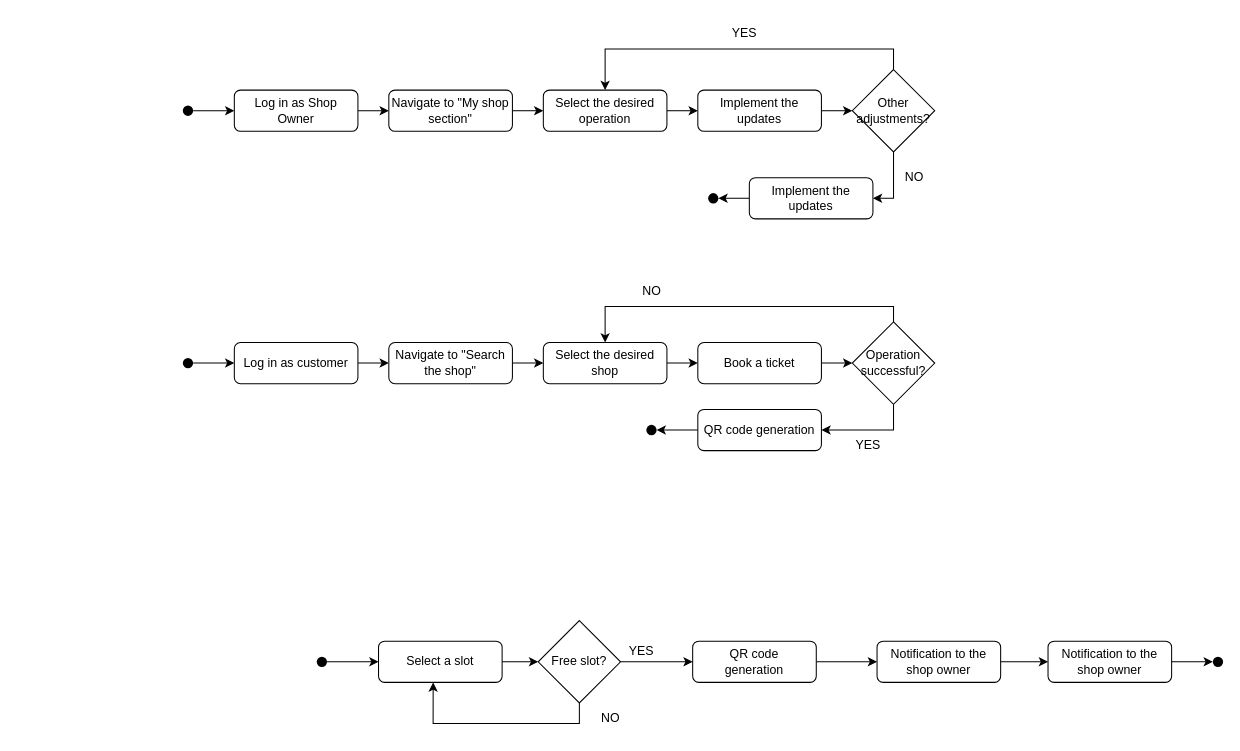
Earlier version of the draw.io diagram Documents/2. RASD/State Diagram.drawio (GiacomelliGianluca/Iqueue_app). Source tidied: cells renumbered, new cells numbered last; positions are measured from the earlier drawing's top-left corner, leaving out a move shared by most shapes. Both pictures are drawn from the tidied source at 103%, with x=0, y=0 at pixel (182, 18).
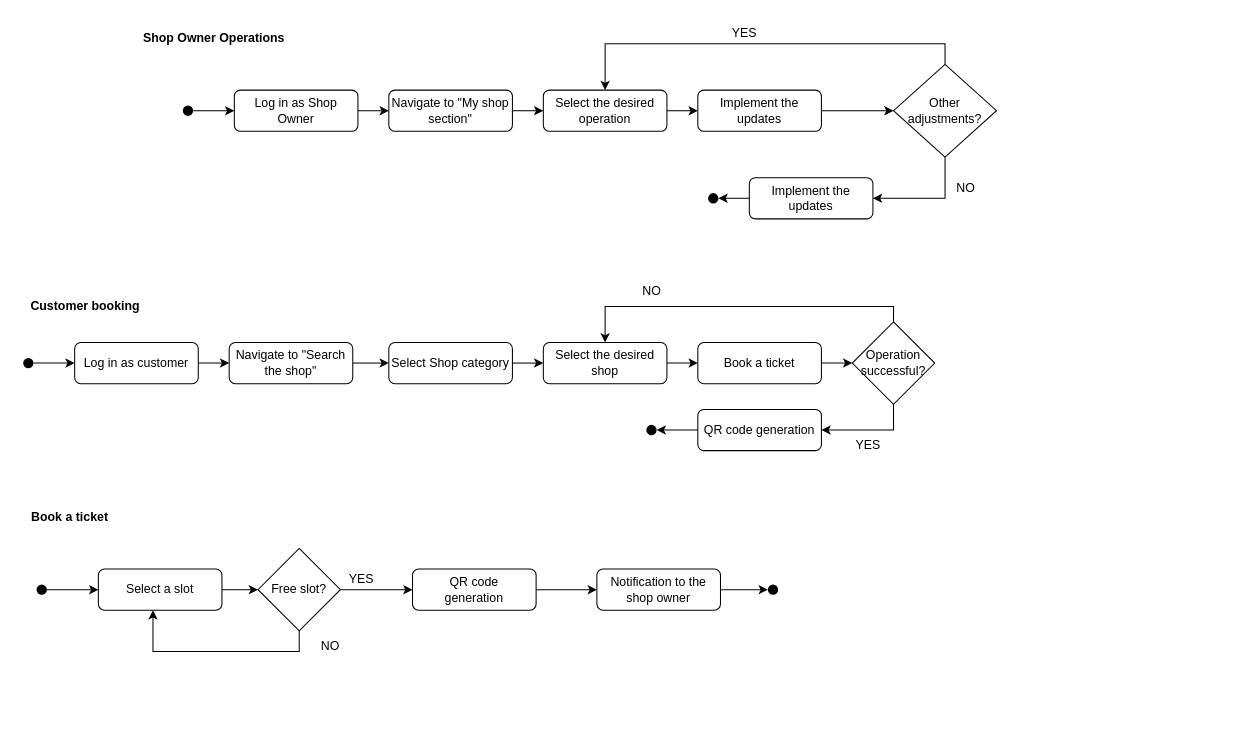
Above is the later version.

Unchanged cells that the change refers to:
```xml
<mxCell id="9" value="Select the desired operation" style="rounded=1;whiteSpace=wrap;html=1;fontSize=12;glass=0;strokeWidth=1;shadow=0;" parent="1" vertex="1">
  <mxGeometry x="350" y="70" width="120" height="40" as="geometry" />
</mxCell>
<mxCell id="11" value="Implement the updates" style="rounded=1;whiteSpace=wrap;html=1;fontSize=12;glass=0;strokeWidth=1;shadow=0;" parent="1" vertex="1">
  <mxGeometry x="500" y="70" width="120" height="40" as="geometry" />
</mxCell>
<mxCell id="25" value="Select the desired shop" style="rounded=1;whiteSpace=wrap;html=1;fontSize=12;glass=0;strokeWidth=1;shadow=0;" parent="1" vertex="1">
  <mxGeometry x="350" y="315" width="120" height="40" as="geometry" />
</mxCell>
<mxCell id="33" value="Implement the updates" style="rounded=1;whiteSpace=wrap;html=1;fontSize=12;glass=0;strokeWidth=1;shadow=0;" parent="1" vertex="1">
  <mxGeometry x="550" y="155" width="120" height="40" as="geometry" />
</mxCell>
```

Change to the diagram source:
```diff
@@
-    <mxCell id="10" style="edgeStyle=orthogonalEdgeStyle;rounded=0;jettySize=auto;html=1;" parent="1" edge="1" source="11">
-      <mxGeometry relative="1" as="geometry">
-        <mxPoint x="650" y="90" as="targetPoint" />
-      </mxGeometry>
-    </mxCell>
+    <mxCell id="55" style="edgeStyle=orthogonalEdgeStyle;rounded=0;jettySize=auto;html=1;exitX=1;exitY=0.5;exitDx=0;exitDy=0;entryX=0;entryY=0.5;entryDx=0;entryDy=0;" parent="1" edge="1" source="11" target="15">
+      <mxGeometry relative="1" as="geometry" />
+    </mxCell>
@@
-    <mxCell id="12" style="edgeStyle=orthogonalEdgeStyle;rounded=0;jettySize=auto;html=1;" parent="1" edge="1" source="15">
-      <mxGeometry relative="1" as="geometry">
-        <mxPoint x="410" y="70" as="targetPoint" />
-        <Array as="points">
-          <mxPoint x="690" y="30" />
-          <mxPoint x="410" y="30" />
-        </Array>
-      </mxGeometry>
-    </mxCell>
@@
+    <mxCell id="56" style="edgeStyle=orthogonalEdgeStyle;rounded=0;jettySize=auto;html=1;exitX=0.5;exitY=0;exitDx=0;exitDy=0;entryX=0.5;entryY=0;entryDx=0;entryDy=0;" parent="1" edge="1" source="15" target="9">
+      <mxGeometry relative="1" as="geometry" />
+    </mxCell>
-    <mxCell id="14" style="edgeStyle=orthogonalEdgeStyle;rounded=0;jettySize=auto;html=1;entryX=1;entryY=0.5;entryDx=0;entryDy=0;" parent="1" edge="1" source="15" target="33">
+    <mxCell id="14" style="edgeStyle=orthogonalEdgeStyle;rounded=0;jettySize=auto;html=1;exitX=0.5;exitY=1;exitDx=0;exitDy=0;entryX=1;entryY=0.5;entryDx=0;entryDy=0;" parent="1" edge="1" source="15" target="33">
       <mxGeometry relative="1" as="geometry" />
     </mxCell>
     <mxCell id="15" value="Other adjustments?" style="rhombus;whiteSpace=wrap;html=1;" parent="1" vertex="1">
-      <mxGeometry x="650" y="50" width="80" height="80" as="geometry" />
+      <mxGeometry x="690" y="45" width="100" height="90" as="geometry" />
     </mxCell>
@@
     <mxCell id="17" value="NO" style="text;html=1;align=center;verticalAlign=middle;strokeColor=none;fillColor=none;" parent="1" vertex="1">
-      <mxGeometry x="690" y="140" width="40" height="30" as="geometry" />
+      <mxGeometry x="740" y="150" width="40" height="30" as="geometry" />
     </mxCell>
@@
     <mxCell id="19" style="shape=ellipse;fillColor=#000000;strokeColor=none;html=1;sketch=0;" parent="1" vertex="1">
-      <mxGeometry y="330" width="10" height="10" as="geometry" />
+      <mxGeometry x="-155" y="330" width="10" height="10" as="geometry" />
     </mxCell>
@@
     <mxCell id="21" value="Log in as customer" style="rounded=1;whiteSpace=wrap;html=1;fontSize=12;glass=0;strokeWidth=1;shadow=0;" parent="1" vertex="1">
-      <mxGeometry x="50" y="315" width="120" height="40" as="geometry" />
+      <mxGeometry x="-105" y="315" width="120" height="40" as="geometry" />
     </mxCell>
-    <mxCell id="22" style="edgeStyle=orthogonalEdgeStyle;rounded=0;jettySize=auto;html=1;entryX=0;entryY=0.5;entryDx=0;entryDy=0;" parent="1" edge="1" source="23" target="25">
-      <mxGeometry relative="1" as="geometry" />
-    </mxCell>
+    <mxCell id="57" style="edgeStyle=orthogonalEdgeStyle;rounded=0;jettySize=auto;html=1;exitX=1;exitY=0.5;exitDx=0;exitDy=0;entryX=0;entryY=0.5;entryDx=0;entryDy=0;" parent="1" edge="1" source="23" target="63">
+      <mxGeometry relative="1" as="geometry" />
+    </mxCell>
     <mxCell id="23" value="Navigate to &quot;Search the shop&quot;" style="rounded=1;whiteSpace=wrap;html=1;fontSize=12;glass=0;strokeWidth=1;shadow=0;" parent="1" vertex="1">
-      <mxGeometry x="200" y="315" width="120" height="40" as="geometry" />
+      <mxGeometry x="45" y="315" width="120" height="40" as="geometry" />
     </mxCell>
@@
     <mxCell id="38" value="Select a slot" style="rounded=1;whiteSpace=wrap;html=1;fontSize=12;glass=0;strokeWidth=1;shadow=0;" parent="1" vertex="1">
-      <mxGeometry x="190" y="605" width="120" height="40" as="geometry" />
+      <mxGeometry x="-82" y="535" width="120" height="40" as="geometry" />
     </mxCell>
@@
     <mxCell id="41" value="NO" style="text;html=1;align=center;verticalAlign=middle;strokeColor=none;fillColor=none;" parent="1" vertex="1">
-      <mxGeometry x="395" y="665" width="40" height="30" as="geometry" />
+      <mxGeometry x="123" y="595" width="40" height="30" as="geometry" />
     </mxCell>
@@
     <mxCell id="43" value="QR code&lt;br&gt;generation" style="rounded=1;whiteSpace=wrap;html=1;fontSize=12;glass=0;strokeWidth=1;shadow=0;" parent="1" vertex="1">
-      <mxGeometry x="495" y="605" width="120" height="40" as="geometry" />
+      <mxGeometry x="223" y="535" width="120" height="40" as="geometry" />
     </mxCell>
@@
     <mxCell id="46" value="Free slot?" style="rhombus;whiteSpace=wrap;html=1;" parent="1" vertex="1">
-      <mxGeometry x="345" y="585" width="80" height="80" as="geometry" />
+      <mxGeometry x="73" y="515" width="80" height="80" as="geometry" />
     </mxCell>
@@
     <mxCell id="48" style="shape=ellipse;fillColor=#000000;strokeColor=none;html=1;sketch=0;" parent="1" vertex="1">
-      <mxGeometry x="130" y="620" width="10" height="10" as="geometry" />
+      <mxGeometry x="-142" y="550" width="10" height="10" as="geometry" />
     </mxCell>
     <mxCell id="49" value="YES" style="text;html=1;align=center;verticalAlign=middle;strokeColor=none;fillColor=none;" parent="1" vertex="1">
-      <mxGeometry x="420" y="600" width="50" height="30" as="geometry" />
+      <mxGeometry x="148" y="530" width="50" height="30" as="geometry" />
     </mxCell>
-    <mxCell id="50" style="edgeStyle=orthogonalEdgeStyle;rounded=0;jettySize=auto;html=1;exitX=1;exitY=0.5;exitDx=0;exitDy=0;entryX=0;entryY=0.5;entryDx=0;entryDy=0;" parent="1" edge="1" source="51" target="53">
-      <mxGeometry relative="1" as="geometry" />
-    </mxCell>
+    <mxCell id="58" style="edgeStyle=orthogonalEdgeStyle;rounded=0;jettySize=auto;html=1;exitX=1;exitY=0.5;exitDx=0;exitDy=0;entryX=0;entryY=0.5;entryDx=0;entryDy=0;" parent="1" edge="1" source="51" target="64">
+      <mxGeometry relative="1" as="geometry" />
+    </mxCell>
     <mxCell id="51" value="Notification to the shop owner" style="rounded=1;whiteSpace=wrap;html=1;fontSize=12;glass=0;strokeWidth=1;shadow=0;" parent="1" vertex="1">
-      <mxGeometry x="674" y="605" width="120" height="40" as="geometry" />
+      <mxGeometry x="402" y="535" width="120" height="40" as="geometry" />
     </mxCell>
-    <mxCell id="52" style="edgeStyle=orthogonalEdgeStyle;rounded=0;jettySize=auto;html=1;exitX=1;exitY=0.5;exitDx=0;exitDy=0;entryX=0;entryY=0.5;entryDx=0;entryDy=0;" parent="1" edge="1" source="53" target="54">
-      <mxGeometry relative="1" as="geometry" />
-    </mxCell>
-    <mxCell id="53" value="Notification to the shop owner" style="rounded=1;whiteSpace=wrap;html=1;fontSize=12;glass=0;strokeWidth=1;shadow=0;" parent="1" vertex="1">
-      <mxGeometry x="840" y="605" width="120" height="40" as="geometry" />
-    </mxCell>
-    <mxCell id="54" style="shape=ellipse;fillColor=#000000;strokeColor=none;html=1;sketch=0;" parent="1" vertex="1">
-      <mxGeometry x="1000" y="620" width="10" height="10" as="geometry" />
-    </mxCell>
+    <mxCell id="59" value="&lt;b&gt;Shop Owner Operations&lt;/b&gt;" style="text;html=1;align=center;verticalAlign=middle;strokeColor=none;fillColor=none;" parent="1" vertex="1">
+      <mxGeometry x="-50" y="5" width="160" height="30" as="geometry" />
+    </mxCell>
+    <mxCell id="60" value="&lt;b&gt;Customer booking&lt;/b&gt;" style="text;html=1;align=center;verticalAlign=middle;strokeColor=none;fillColor=none;" parent="1" vertex="1">
+      <mxGeometry x="-160" y="265" width="130" height="30" as="geometry" />
+    </mxCell>
+    <mxCell id="61" value="&lt;b&gt;Book a ticket&lt;/b&gt;" style="text;html=1;align=center;verticalAlign=middle;strokeColor=none;fillColor=none;" parent="1" vertex="1">
+      <mxGeometry x="-160" y="470" width="100" height="30" as="geometry" />
+    </mxCell>
+    <mxCell id="62" style="edgeStyle=orthogonalEdgeStyle;rounded=0;jettySize=auto;html=1;exitX=1;exitY=0.5;exitDx=0;exitDy=0;entryX=0;entryY=0.5;entryDx=0;entryDy=0;" parent="1" edge="1" source="63" target="25">
+      <mxGeometry relative="1" as="geometry" />
+    </mxCell>
+    <mxCell id="63" value="Select Shop category" style="rounded=1;whiteSpace=wrap;html=1;fontSize=12;glass=0;strokeWidth=1;shadow=0;" parent="1" vertex="1">
+      <mxGeometry x="200" y="315" width="120" height="40" as="geometry" />
+    </mxCell>
+    <mxCell id="64" style="shape=ellipse;fillColor=#000000;strokeColor=none;html=1;sketch=0;" parent="1" vertex="1">
+      <mxGeometry x="568" y="550" width="10" height="10" as="geometry" />
+    </mxCell>
```
